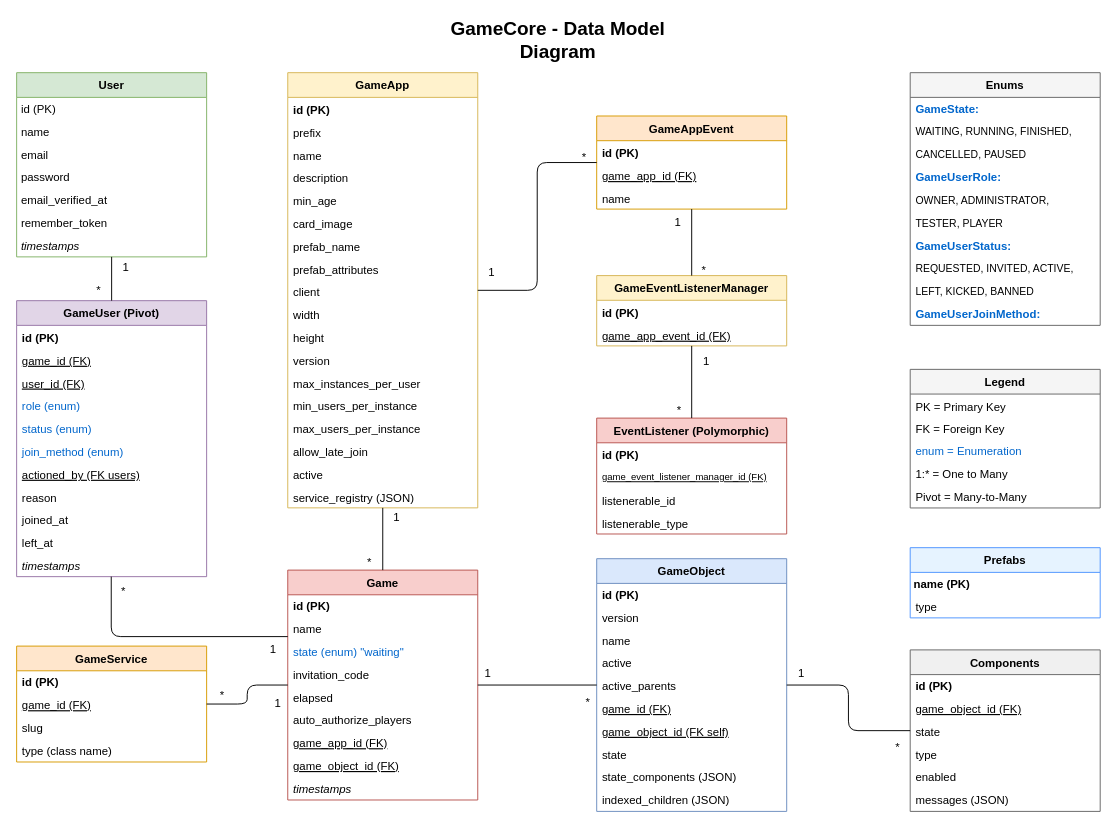
Earlier version of the draw.io diagram docs/diagram.drawio (eormeno/GameCore). Source tidied: cells renumbered, new cells numbered last; positions are measured from the earlier drawing's top-left corner, leaving out a move shared by most shapes. Both pictures are drawn from the tidied source at 95%, with x=0, y=0 at pixel (16, 25).
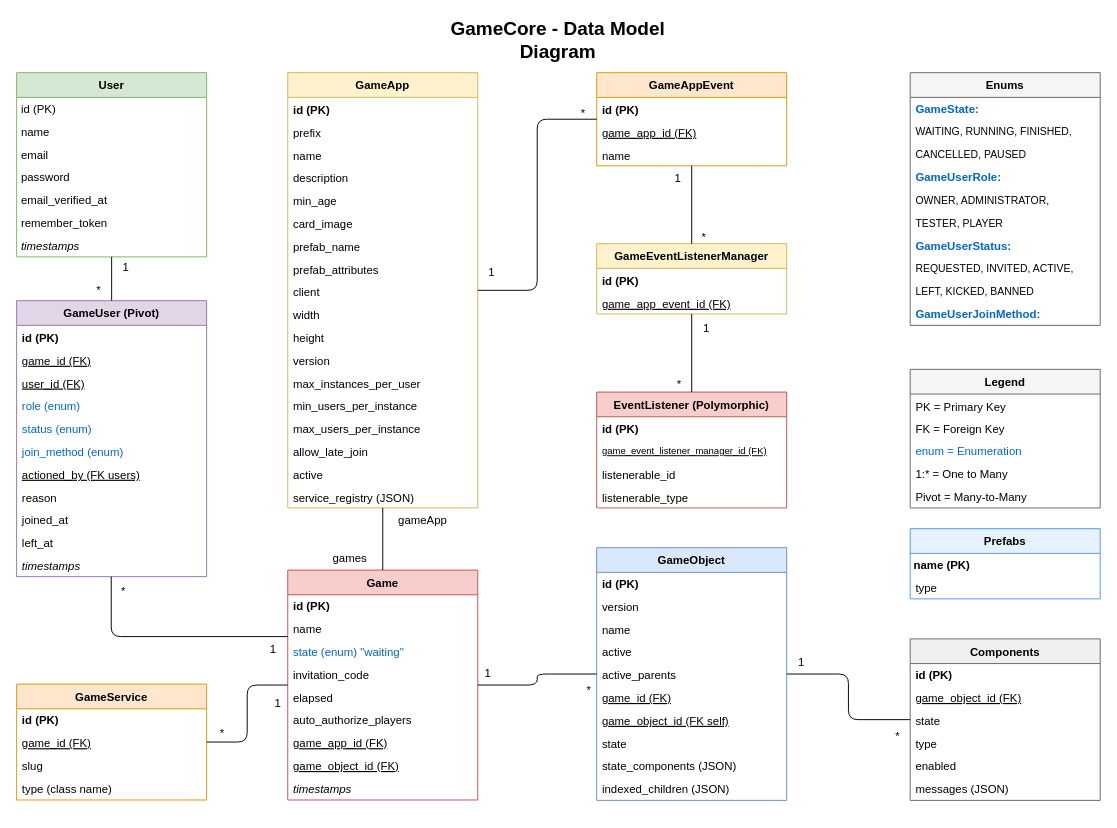
The same diagram, later.

Unchanged cells that the change refers to:
```xml
<mxCell id="100" style="endArrow=none;html=1;edgeStyle=orthogonalEdgeStyle;" parent="1" edge="1" source="10" target="29">
  <mxGeometry relative="1" as="geometry" />
</mxCell>
```

What changed in the source:
```diff
@@
     <mxCell id="51" value="GameObject" style="swimlane;fontStyle=1;align=center;verticalAlign=top;childLayout=tableLayout;horizontal=1;startSize=26;rounded=0;shadow=0;strokeWidth=1;fillColor=#dae8fc;strokeColor=#6c8ebf;" parent="1" vertex="1">
-      <mxGeometry x="610.6" y="561.6" width="200" height="266" as="geometry" />
+      <mxGeometry x="610.6" y="550" width="200" height="266" as="geometry" />
     </mxCell>
@@
     <mxCell id="62" value="GameService" style="swimlane;fontStyle=1;align=center;verticalAlign=top;childLayout=tableLayout;horizontal=1;startSize=26;rounded=0;shadow=0;strokeWidth=1;fillColor=#ffe6cc;strokeColor=#d79b00;" parent="1" vertex="1">
-      <mxGeometry y="653.6" width="200" height="122" as="geometry" />
+      <mxGeometry y="693.6" width="200" height="122" as="geometry" />
     </mxCell>
@@
     <mxCell id="67" value="Prefabs" style="swimlane;fontStyle=1;align=center;verticalAlign=top;childLayout=tableLayout;horizontal=1;startSize=26;rounded=0;shadow=0;strokeWidth=1;fillColor=#e6f3ff;strokeColor=#4d94ff;" parent="1" vertex="1">
-      <mxGeometry x="940.6" y="550" width="200" height="73.9" as="geometry" />
+      <mxGeometry x="940.6" y="530" width="200" height="73.9" as="geometry" />
     </mxCell>
@@
     <mxCell id="70" value="GameAppEvent" style="swimlane;fontStyle=1;align=center;verticalAlign=top;childLayout=tableLayout;horizontal=1;startSize=26;rounded=0;shadow=0;strokeWidth=1;fillColor=#ffe6cc;strokeColor=#d79b00;" parent="1" vertex="1">
-      <mxGeometry x="610.6" y="95.6" width="200" height="98" as="geometry" />
+      <mxGeometry x="610.6" y="50" width="200" height="98" as="geometry" />
     </mxCell>
@@
     <mxCell id="74" value="GameEventListenerManager" style="swimlane;fontStyle=1;align=center;verticalAlign=top;childLayout=tableLayout;horizontal=1;startSize=26;rounded=0;shadow=0;strokeWidth=1;fillColor=#fff2cc;strokeColor=#d6b656;" parent="1" vertex="1">
-      <mxGeometry x="610.6" y="263.6" width="200" height="74" as="geometry" />
+      <mxGeometry x="610.6" y="230" width="200" height="74" as="geometry" />
     </mxCell>
@@
     <mxCell id="77" value="EventListener (Polymorphic)" style="swimlane;fontStyle=1;align=center;verticalAlign=top;childLayout=tableLayout;horizontal=1;startSize=26;rounded=0;shadow=0;strokeWidth=1;fillColor=#f8cecc;strokeColor=#b85450;" parent="1" vertex="1">
-      <mxGeometry x="610.6" y="413.6" width="200" height="122" as="geometry" />
+      <mxGeometry x="610.6" y="386.2" width="200" height="122" as="geometry" />
     </mxCell>
@@
     <mxCell id="93" value="Components" style="swimlane;fontStyle=1;align=center;verticalAlign=top;childLayout=tableLayout;horizontal=1;startSize=26;rounded=0;shadow=0;strokeWidth=1;fillColor=#f0f0f0;strokeColor=#666666;" parent="1" vertex="1">
-      <mxGeometry x="940.6" y="657.6" width="200" height="170" as="geometry" />
+      <mxGeometry x="940.6" y="646" width="200" height="170" as="geometry" />
     </mxCell>
@@
-    <mxCell id="101" value="1" style="html=1;whiteSpace=wrap;align=left;verticalAlign=bottom;" parent="100" vertex="1">
+    <mxCell id="101" value="gameApp" style="html=1;whiteSpace=wrap;align=left;verticalAlign=bottom;" parent="100" vertex="1">
       <mxGeometry x="-1" relative="1" as="geometry">
-        <mxPoint x="10" y="18" as="offset" />
+        <mxPoint x="15" y="22" as="offset" />
       </mxGeometry>
     </mxCell>
-    <mxCell id="102" value="*" style="html=1;whiteSpace=wrap;align=right;verticalAlign=bottom;" parent="100" vertex="1">
+    <mxCell id="102" value="games" style="html=1;whiteSpace=wrap;align=right;verticalAlign=bottom;" parent="100" vertex="1">
       <mxGeometry x="1" relative="1" as="geometry">
-        <mxPoint x="-10" as="offset" />
+        <mxPoint x="-15" y="-4" as="offset" />
       </mxGeometry>
     </mxCell>
```
